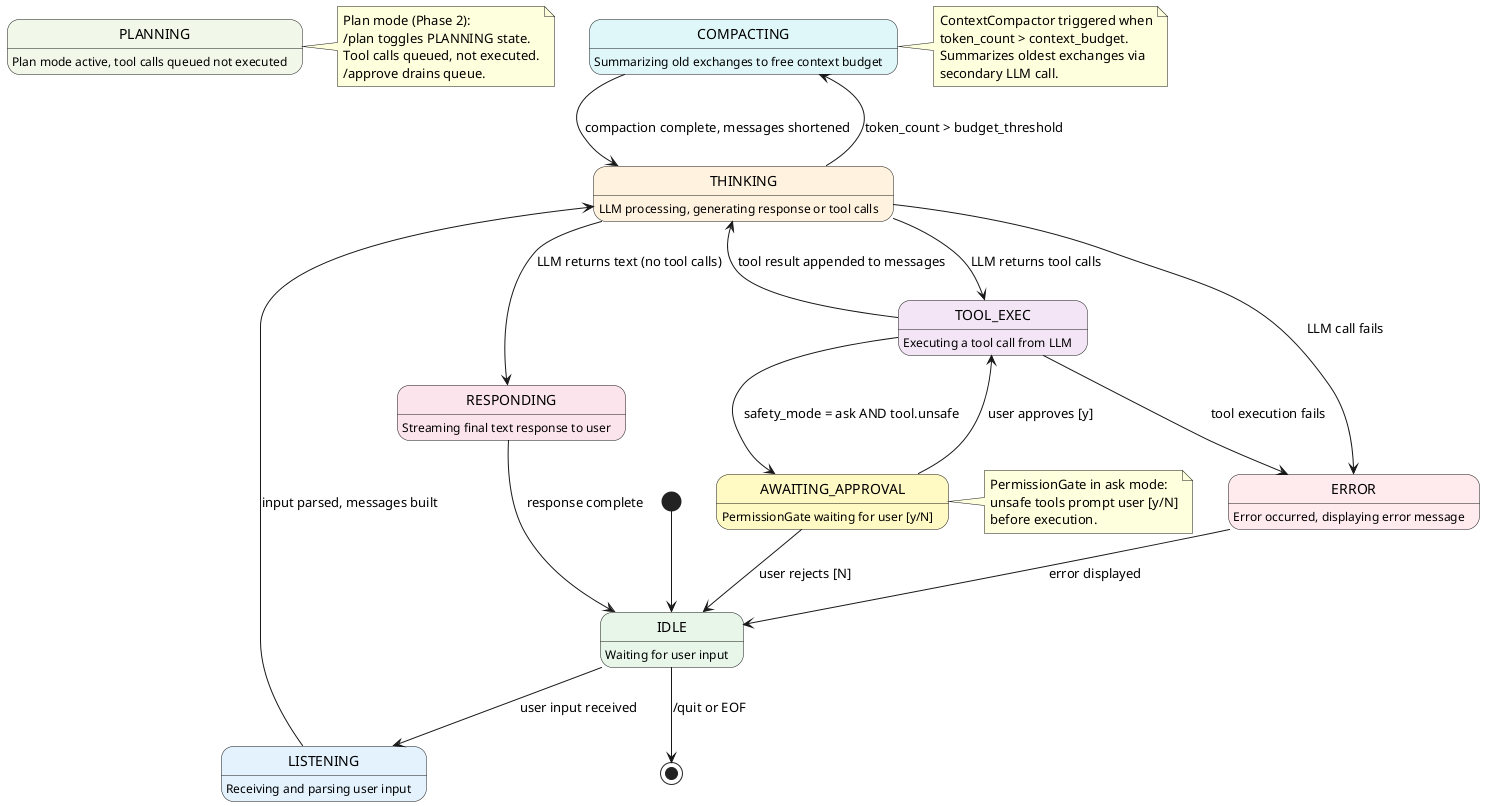
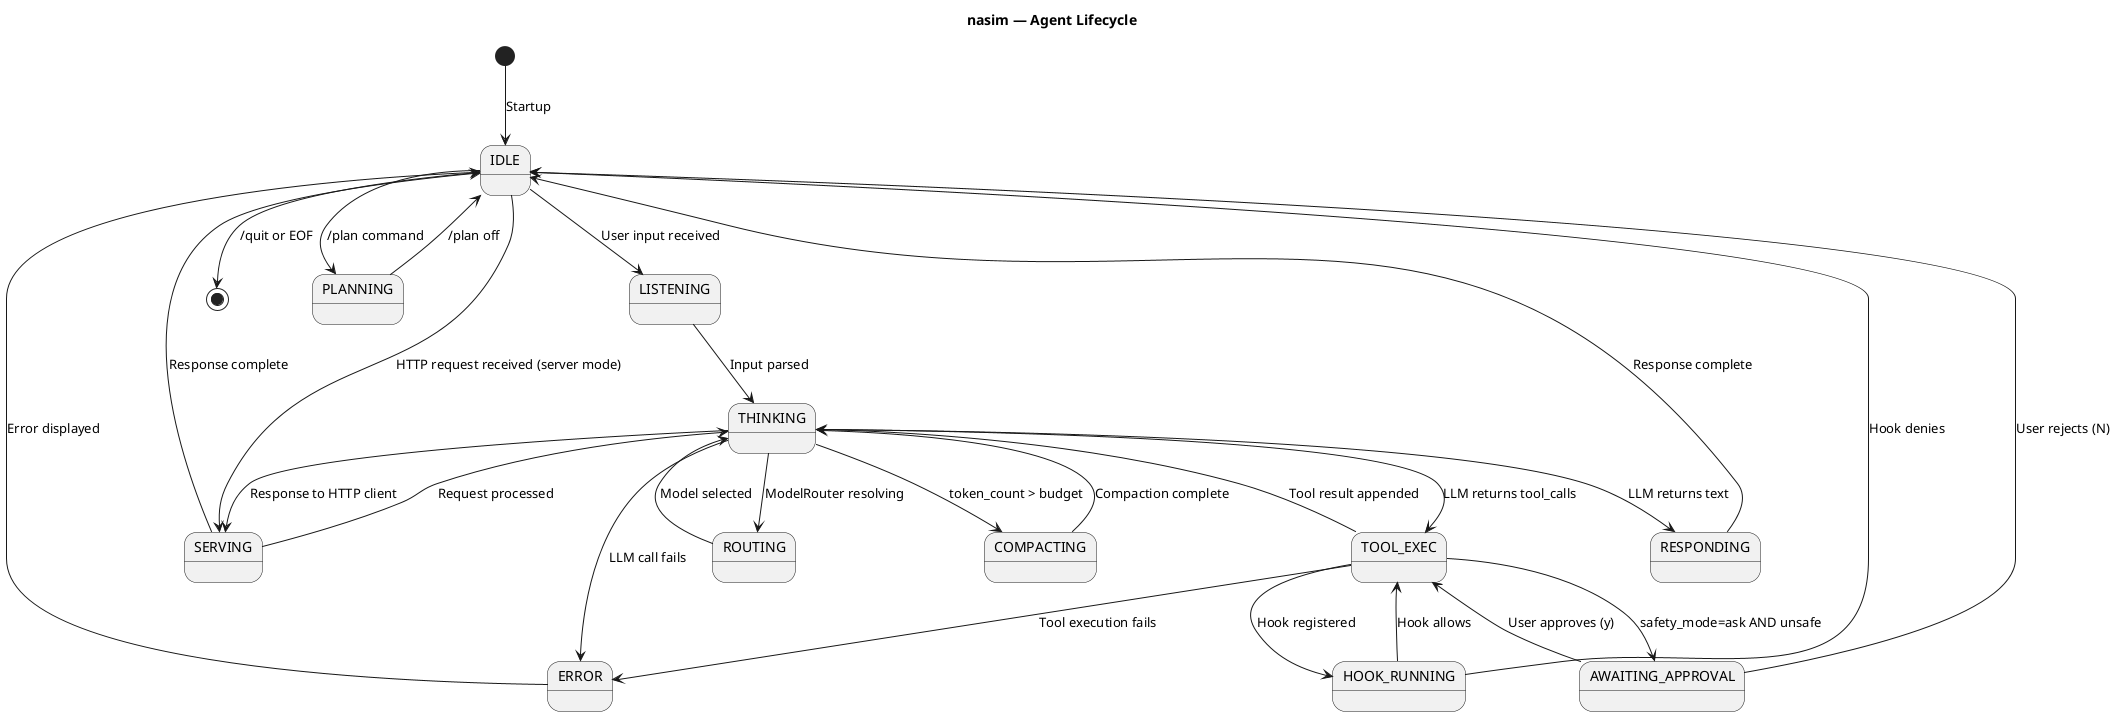
@startuml sm_agent_lifecycle
' ============================================================
' Title:     nasim — Agent Lifecycle State Machine
- ' Boundary:  nasim code agent CLI
- ' Purpose:   Define agent states and transitions during task execution
+ ' Boundary:  nasim code agent CLI + HTTP API
+ ' Purpose:   Process FSM showing all agent states and transitions
' Milestone: v1.0
- ' Version:   2.0.0
- ' Source:    docs/audit/audit_2026-06-20_capability-and-architecture.md
+ ' Version:   3.0.0
+ ' Source:    docs/audit/nasim-car-improvement-plan.md
' Review:    —
- ' Note:      Process FSM, not entity lifecycle. SMT ownership rules
- '            from sm.md do not apply (documented deviation).
+ ' Note:      Process FSM, not entity lifecycle. SMT rules from sm.md
+ '            do not apply (documented deviation).
' ============================================================

- skinparam state {
-     BackgroundColor<<idle>> #E8F5E9
-     BackgroundColor<<listening>> #E3F2FD
-     BackgroundColor<<thinking>> #FFF3E0
-     BackgroundColor<<tool_exec>> #F3E5F5
-     BackgroundColor<<responding>> #FCE4EC
-     BackgroundColor<<error>> #FFEBEE
-     BackgroundColor<<compacting>> #E0F7FA
-     BackgroundColor<<awaiting_approval>> #FFF9C4
-     BackgroundColor<<planning>> #F1F8E9
- }
+ title nasim — Agent Lifecycle

- state "IDLE" as idle <<idle>> : Waiting for user input
- state "LISTENING" as listening <<listening>> : Receiving and parsing user input
- state "THINKING" as thinking <<thinking>> : LLM processing, generating response or tool calls
- state "TOOL_EXEC" as tool_exec <<tool_exec>> : Executing a tool call from LLM
- state "RESPONDING" as responding <<responding>> : Streaming final text response to user
- state "ERROR" as error <<error>> : Error occurred, displaying error message
- state "COMPACTING" as compacting <<compacting>> : Summarizing old exchanges to free context budget
- state "AWAITING_APPROVAL" as awaiting_approval <<awaiting_approval>> : PermissionGate waiting for user [y/N]
- state "PLANNING" as planning <<planning>> : Plan mode active, tool calls queued not executed
+ [*] --> IDLE : Startup

- [*] --> idle
- idle --> listening : user input received
- listening --> thinking : input parsed, messages built
- thinking --> responding : LLM returns text (no tool calls)
- thinking --> tool_exec : LLM returns tool calls
- thinking --> compacting : token_count > budget_threshold
- tool_exec --> thinking : tool result appended to messages
- tool_exec --> awaiting_approval : safety_mode = ask AND tool.unsafe
- awaiting_approval --> tool_exec : user approves [y]
- awaiting_approval --> idle : user rejects [N]
- compacting --> thinking : compaction complete, messages shortened
- responding --> idle : response complete
- thinking --> error : LLM call fails
- tool_exec --> error : tool execution fails
- error --> idle : error displayed
+ IDLE --> LISTENING : User input received
+ IDLE --> SERVING : HTTP request received (server mode)
+ IDLE --> [*] : /quit or EOF

- idle --> [*] : /quit or EOF
+ LISTENING --> THINKING : Input parsed

- note right of planning
-   Plan mode (Phase 2):
-   /plan toggles PLANNING state.
-   Tool calls queued, not executed.
-   /approve drains queue.
- end note
+ THINKING --> RESPONDING : LLM returns text
+ THINKING --> TOOL_EXEC : LLM returns tool_calls
+ THINKING --> COMPACTING : token_count > budget
+ THINKING --> ROUTING : ModelRouter resolving
+ THINKING --> ERROR : LLM call fails
+ THINKING --> SERVING : Response to HTTP client

- note right of compacting
-   ContextCompactor triggered when
-   token_count > context_budget.
-   Summarizes oldest exchanges via
-   secondary LLM call.
- end note
+ ROUTING --> THINKING : Model selected

- note right of awaiting_approval
-   PermissionGate in ask mode:
-   unsafe tools prompt user [y/N]
-   before execution.
- end note
+ TOOL_EXEC --> THINKING : Tool result appended
+ TOOL_EXEC --> AWAITING_APPROVAL : safety_mode=ask AND unsafe
+ TOOL_EXEC --> HOOK_RUNNING : Hook registered
+ TOOL_EXEC --> ERROR : Tool execution fails
+ 
+ HOOK_RUNNING --> TOOL_EXEC : Hook allows
+ HOOK_RUNNING --> IDLE : Hook denies
+ 
+ AWAITING_APPROVAL --> TOOL_EXEC : User approves (y)
+ AWAITING_APPROVAL --> IDLE : User rejects (N)
+ 
+ COMPACTING --> THINKING : Compaction complete
+ 
+ RESPONDING --> IDLE : Response complete
+ 
+ ERROR --> IDLE : Error displayed
+ 
+ SERVING --> THINKING : Request processed
+ SERVING --> IDLE : Response complete
+ 
+ IDLE --> PLANNING : /plan command
+ PLANNING --> IDLE : /plan off

@enduml
